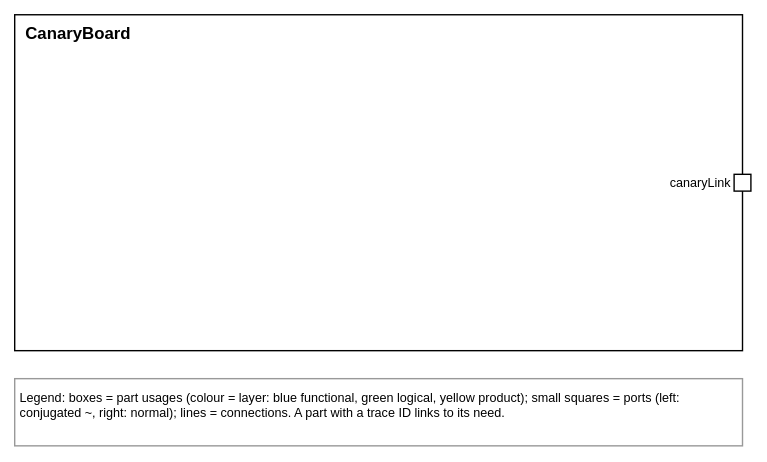
Earlier version of the draw.io export views/canaryBoard.drawio.svg (tiacsys/robarm-ee). Source tidied: cells renumbered, new cells last; positions are measured from the earlier drawing's top-left corner, leaving out a move shared by most shapes.
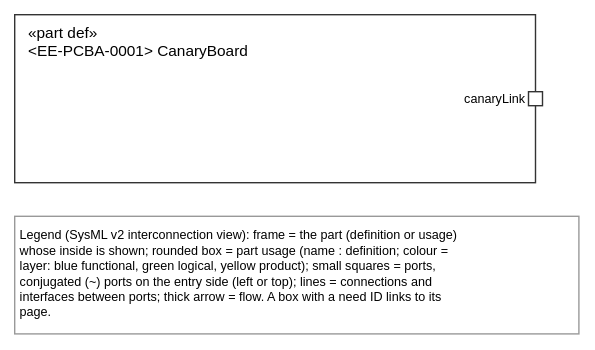
After the change.

Commit message:
Views in the documents: block diagram and variants of the canary board, EE allocation

Change to the diagram source:
```diff
@@ -2,14 +2,14 @@
   <root>
     <mxCell id="0" />
     <mxCell id="1" parent="0" />
-    <mxCell id="2" value="CanaryBoard" style="rounded=0;html=0;verticalAlign=top;align=left;spacingLeft=6;fontStyle=1;fillColor=#FFFFFF;" parent="1" vertex="1">
-      <mxGeometry width="520" height="240" as="geometry" />
+    <mxCell id="2" value="«part def»&#10;&lt;EE-PCBA-0001&gt; CanaryBoard" style="html=0;fontFamily=Helvetica;fontSize=11;strokeColor=#333333;rounded=0;verticalAlign=top;align=left;spacingLeft=8;fillColor=none;" parent="1" vertex="1">
+      <mxGeometry width="372" height="120" as="geometry" />
     </mxCell>
-    <mxCell id="3" value="Legend: boxes = part usages (colour = layer: blue functional, green logical, yellow product); small squares = ports (left: conjugated ~, right: normal); lines = connections. A part with a trace ID links to its need." style="text;html=0;align=left;verticalAlign=top;fontSize=9;fillColor=#FFFFFF;strokeColor=#999999;spacing=4;whiteSpace=wrap;" parent="1" vertex="1">
-      <mxGeometry y="260" width="520" height="48" as="geometry" />
+    <mxCell id="3" value="Legend (SysML v2 interconnection view): frame = the part (definition or usage)&#10;whose inside is shown; rounded box = part usage (name : definition; colour =&#10;layer: blue functional, green logical, yellow product); small squares = ports,&#10;conjugated (~) ports on the entry side (left or top); lines = connections and&#10;interfaces between ports; thick arrow = flow. A box with a need ID links to its&#10;page." style="text;html=0;align=left;verticalAlign=top;fontFamily=Helvetica;fontSize=9;fillColor=#FFFFFF;strokeColor=#999999;spacing=4;" parent="1" vertex="1">
+      <mxGeometry y="144" width="403" height="84" as="geometry" />
     </mxCell>
-    <mxCell id="4" value="canaryLink" style="rounded=0;html=0;fillColor=#FFFFFF;fontSize=9;labelPosition=left;align=right;verticalLabelPosition=middle;verticalAlign=middle;" parent="2" vertex="1">
-      <mxGeometry x="514" y="114" width="12" height="12" as="geometry" />
+    <mxCell id="4" value="canaryLink" style="html=0;fontFamily=Helvetica;fontSize=11;strokeColor=#333333;rounded=0;fillColor=#FFFFFF;fontSize=9;labelPosition=left;align=right;verticalLabelPosition=middle;verticalAlign=middle;" parent="2" vertex="1">
+      <mxGeometry x="367" y="55" width="10" height="10" as="geometry" />
     </mxCell>
   </root>
 </mxGraphModel>
```
